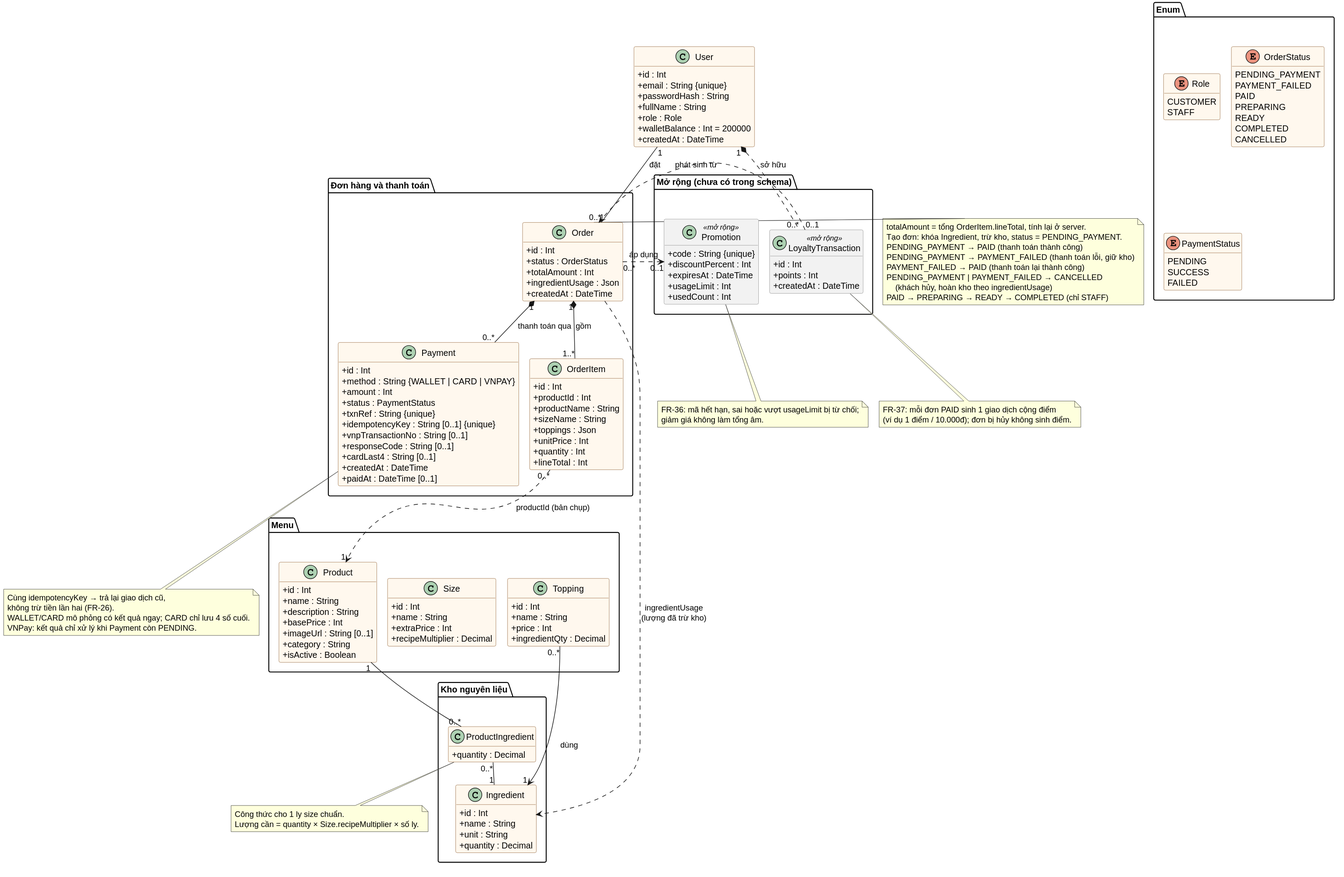
Before: docs/diagrams/class-domain.svg, a diagram exported from PlantUML (NguyenphamThaitu/FE_brewlite_hk1).
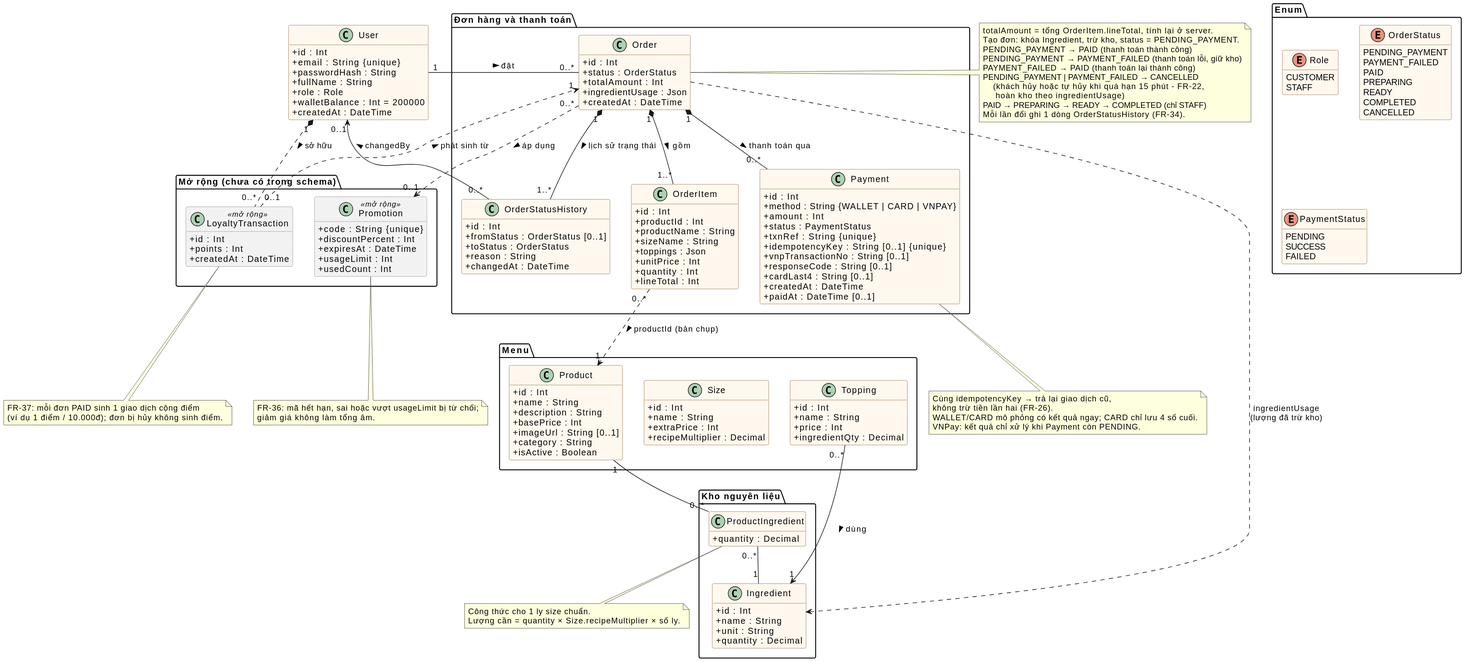
After the commit.

Commit message:
docs(task-2): add OrderStatusHistory to the class diagram

The data model now has OrderStatusHistory (FR-34). Add the class, its
composition with Order and the optional changedBy link to User, note the
auto-cancel transition (FR-22), and drop the GET /staff/orders mismatch
from the SRS comparison since FR-33 is implemented.

The edit, as a diff of the source:
```diff
@@ -1,5 +1,4 @@
 @startuml
-!pragma layout smetana
 hide empty members
 skinparam classAttributeIconSize 0
 skinparam shadowing false
@@ -112,6 +111,13 @@
     + createdAt : DateTime
     + paidAt : DateTime [0..1]
   }
+  class OrderStatusHistory {
+    + id : Int
+    + fromStatus : OrderStatus [0..1]
+    + toStatus : OrderStatus
+    + reason : String
+    + changedAt : DateTime
+  }
 }
 
 package "Mở rộng (chưa có trong schema)" {
@@ -133,6 +139,8 @@
 Order "1" *-- "1..*" OrderItem : gồm >
 OrderItem "0..*" ..> "1" Product : productId (bản chụp) >
 Order "1" *-- "0..*" Payment : thanh toán qua >
+Order "1" *-- "1..*" OrderStatusHistory : lịch sử trạng thái >
+OrderStatusHistory "0..*" --> "0..1" User : changedBy >
 
 Product "1" -- "0..*" ProductIngredient
 ProductIngredient "0..*" -- "1" Ingredient
@@ -160,8 +168,10 @@
   PENDING_PAYMENT → PAYMENT_FAILED (thanh toán lỗi, giữ kho)
   PAYMENT_FAILED → PAID (thanh toán lại thành công)
   PENDING_PAYMENT | PAYMENT_FAILED → CANCELLED
-      (khách hủy, hoàn kho theo ingredientUsage)
+      (khách hủy hoặc tự hủy khi quá hạn 15 phút - FR-22,
+       hoàn kho theo ingredientUsage)
   PAID → PREPARING → READY → COMPLETED (chỉ STAFF)
+  Mỗi lần đổi ghi 1 dòng OrderStatusHistory (FR-34).
 end note
 
 note bottom of Payment
```
